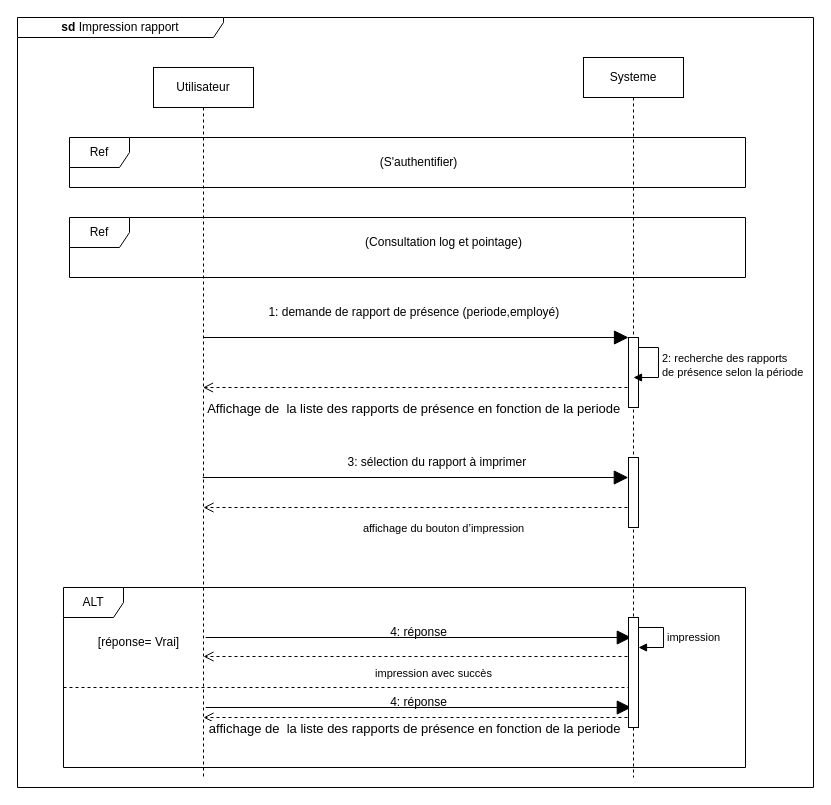
This is static/Diagramme De séquence rapport.drawio from Siluearsene/borne_biometrique, a draw.io file, before an edit. Source tidied: cells renumbered, new cells numbered last; positions are measured from the earlier drawing's top-left corner, leaving out a move shared by most shapes. Both pictures are drawn from the tidied source at 100%, with x=0, y=0 at pixel (17, 17).
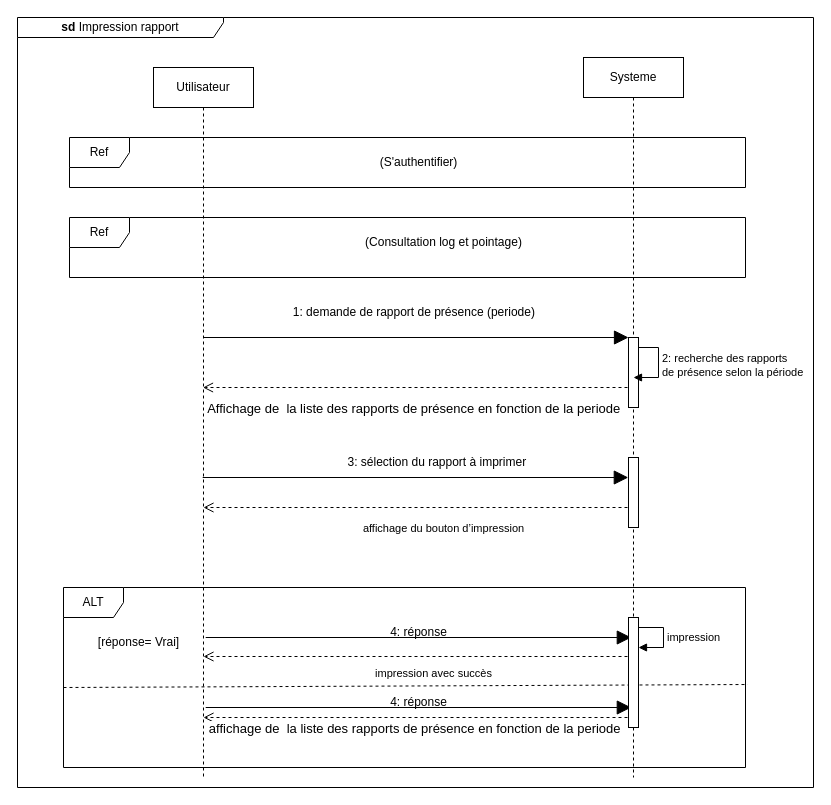
After the change.

Commit message:
Mettre à jour Diagramme De séquence rapport.drawio

The change refers to these unchanged cells:
```xml
<mxCell id="21" value="ALT" style="shape=umlFrame;whiteSpace=wrap;html=1;" parent="1" vertex="1">
  <mxGeometry x="46" y="570" width="682" height="180" as="geometry" />
</mxCell>
```

Change to the diagram source:
```diff
@@
-    <mxCell id="12" value="1: demande de rapport de présence (periode,employé)&amp;nbsp;" style="text;html=1;align=center;verticalAlign=middle;strokeColor=none;fillColor=none;rounded=0;" parent="1" vertex="1">
-      <mxGeometry x="238" y="280" width="320" height="30" as="geometry" />
+    <mxCell id="12" value="1: demande de rapport de présence (periode)&amp;nbsp;" style="text;html=1;align=center;verticalAlign=middle;strokeColor=none;fillColor=none;rounded=0;" parent="1" vertex="1">
+      <mxGeometry x="263" y="280" width="270" height="30" as="geometry" />
     </mxCell>
@@
-    <mxCell id="27" style="endArrow=none;html=1;rounded=0;exitX=0;exitY=0.757;exitDx=0;exitDy=0;exitPerimeter=0;dashed=1;" parent="1" edge="1">
+    <mxCell id="27" style="endArrow=none;html=1;rounded=0;exitX=0;exitY=0.757;exitDx=0;exitDy=0;exitPerimeter=0;dashed=1;entryX=1.003;entryY=0.539;entryDx=0;entryDy=0;entryPerimeter=0;" parent="1" edge="1" target="21">
       <mxGeometry relative="1" as="geometry">
         <mxPoint x="46" y="670" as="sourcePoint" />
-        <mxPoint x="611" y="670" as="targetPoint" />
       </mxGeometry>
     </mxCell>
```
